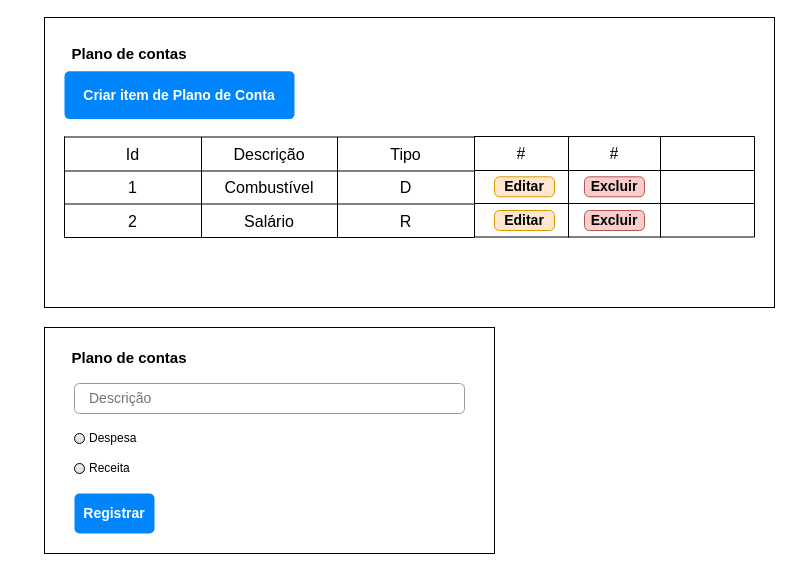
newtoncsp/myfinance-web-netcore keeps this draw.io diagram as Prototipos de telas (MyFinanceWeb).drawio. Above is the earlier version. Source tidied: cells renumbered, new cells numbered last; positions are measured from the earlier drawing's top-left corner, leaving out a move shared by most shapes. Both pictures are drawn from the tidied source at 100%, with x=0, y=0 at pixel (44, 17).
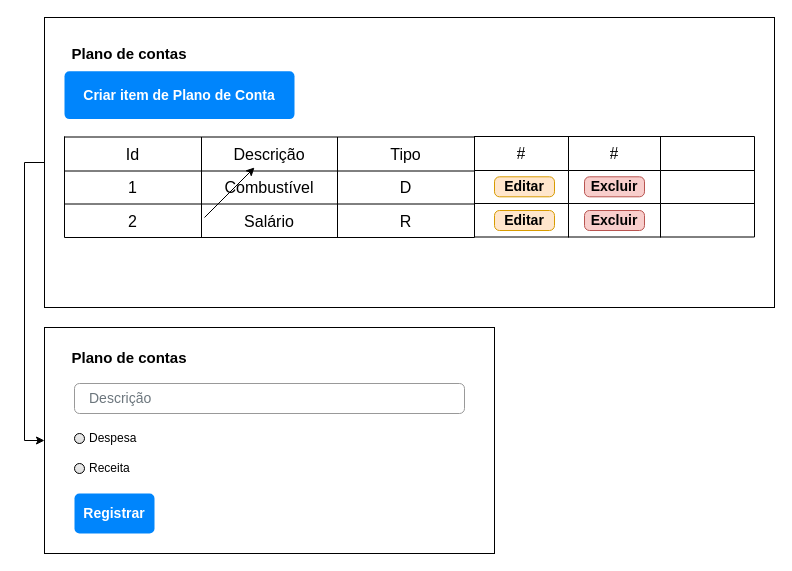
After the change.

The change refers to these unchanged cells:
```xml
<mxCell id="3" style="rounded=0;whiteSpace=wrap;html=1;" parent="2" vertex="1">
  <mxGeometry width="730" height="290" as="geometry" />
</mxCell>
<mxCell id="33" style="rounded=0;whiteSpace=wrap;html=1;" parent="32" vertex="1">
  <mxGeometry width="450" height="226" as="geometry" />
</mxCell>
```

Diff of the diagram source:
```diff
@@
+    <mxCell id="43" style="endArrow=classic;html=1;rounded=0;" parent="1" edge="1">
+      <mxGeometry relative="1" as="geometry">
+        <mxPoint x="160" y="200" as="sourcePoint" />
+        <mxPoint x="210" y="150" as="targetPoint" />
+      </mxGeometry>
+    </mxCell>
+    <mxCell id="44" style="edgeStyle=orthogonalEdgeStyle;rounded=0;jettySize=auto;html=1;exitX=0;exitY=0.5;exitDx=0;exitDy=0;entryX=0;entryY=0.5;entryDx=0;entryDy=0;" parent="1" edge="1" source="3" target="33">
+      <mxGeometry relative="1" as="geometry" />
+    </mxCell>
```
